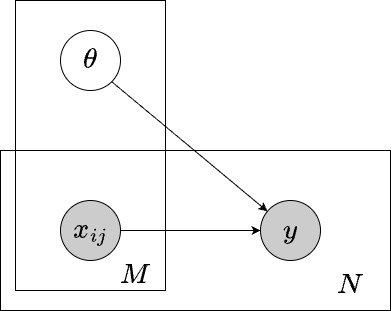
The draw.io diagram public/imgs/machine-learning/variational_inference/spam_email.png in hoangphuc1998/hoangphuc1998.github.io, before a commit. Source tidied: cells renumbered, new cells last; positions are measured from the earlier drawing's top-left corner, leaving out a move shared by most shapes.
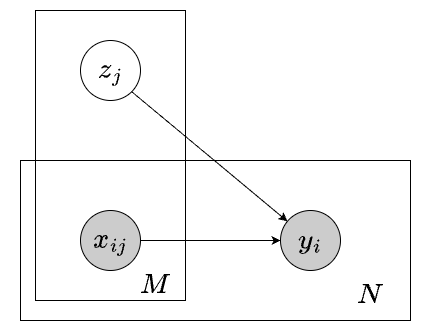
Later version of the same file.

Diff of the diagram source:
```diff
@@ -2,13 +2,16 @@
   <root>
     <mxCell id="0" />
     <mxCell id="1" parent="0" />
+    <mxCell id="11" style="rounded=0;whiteSpace=wrap;html=1;fillStyle=dashed;fontSize=24;fillColor=none;gradientColor=default;strokeColor=#FFFFFF;" parent="1" vertex="1">
+      <mxGeometry x="-20" y="-10" width="430" height="330" as="geometry" />
+    </mxCell>
     <mxCell id="2" style="rounded=0;whiteSpace=wrap;html=1;fontSize=24;gradientColor=default;fillStyle=dashed;fillColor=none;" parent="1" vertex="1">
       <mxGeometry y="150" width="390" height="160" as="geometry" />
     </mxCell>
     <mxCell id="3" style="rounded=0;whiteSpace=wrap;html=1;fillStyle=dashed;fontSize=24;fillColor=none;gradientColor=default;" parent="1" vertex="1">
       <mxGeometry x="15" width="150" height="290" as="geometry" />
     </mxCell>
-    <mxCell id="4" value="$$y$$" style="ellipse;whiteSpace=wrap;html=1;fontSize=24;fillColor=#CCCCCC;" parent="1" vertex="1">
+    <mxCell id="4" value="$$y_i$$" style="ellipse;whiteSpace=wrap;html=1;fontSize=24;fillColor=#CCCCCC;" parent="1" vertex="1">
       <mxGeometry x="260" y="200" width="60" height="60" as="geometry" />
     </mxCell>
     <mxCell id="5" style="edgeStyle=orthogonalEdgeStyle;rounded=0;jettySize=auto;html=1;exitX=1;exitY=0.5;exitDx=0;exitDy=0;entryX=0;entryY=0.5;entryDx=0;entryDy=0;fontSize=24;" parent="1" edge="1" source="6" target="4">
@@ -17,7 +20,7 @@
     <mxCell id="6" value="$$x_{ij}$$" style="ellipse;whiteSpace=wrap;html=1;fontSize=24;fillColor=#CCCCCC;" parent="1" vertex="1">
       <mxGeometry x="60" y="200" width="60" height="60" as="geometry" />
     </mxCell>
-    <mxCell id="7" value="$$\theta$$" style="ellipse;whiteSpace=wrap;html=1;fontSize=24;" parent="1" vertex="1">
+    <mxCell id="7" value="$$z_j$$" style="ellipse;whiteSpace=wrap;html=1;fontSize=24;" parent="1" vertex="1">
       <mxGeometry x="60" y="30" width="60" height="60" as="geometry" />
     </mxCell>
     <mxCell id="8" style="endArrow=classic;html=1;rounded=0;fontSize=24;exitX=1;exitY=1;exitDx=0;exitDy=0;" parent="1" edge="1" source="7" target="4">
```
